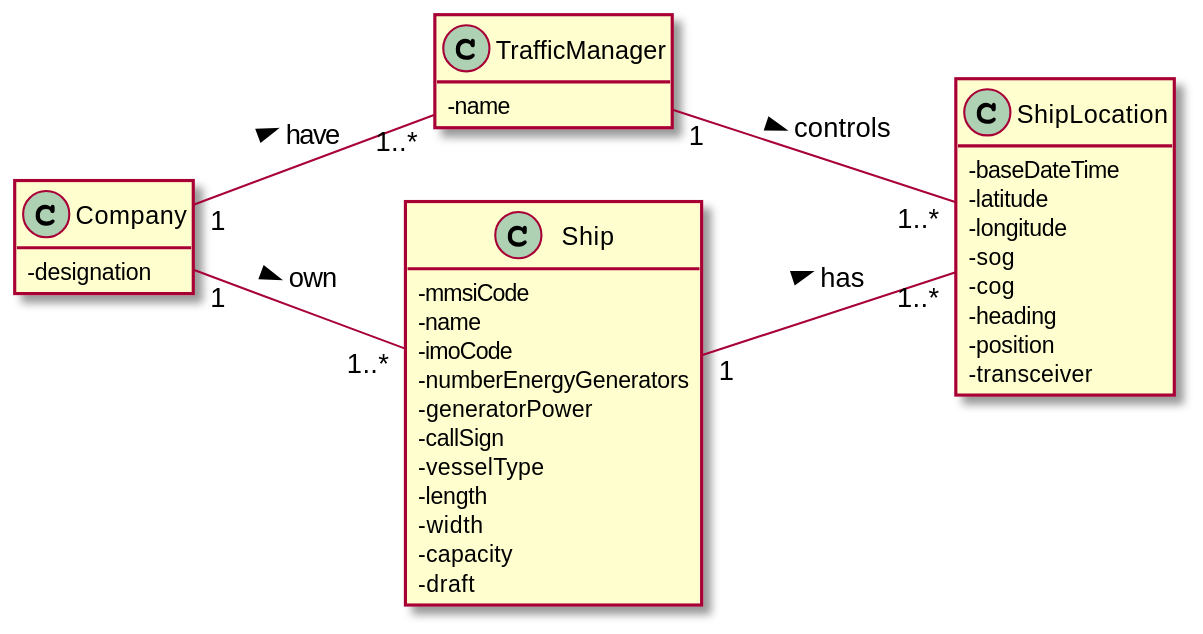
Before: docs/US107/US107_DM.svg, a diagram exported from PlantUML (0franciscor/lapr3-2021-g042). Source of this version:
```plantuml
@startuml

hide methods
left to right direction
skinparam classAttributeIconSize 0


class TrafficManager {
-name
}

class ShipLocation {
-baseDateTime
-latitude
-longitude
-sog
-cog
-heading
-position
-transceiver
}

class Ship {
-mmsiCode
-name
-imoCode
-numberEnergyGenerators
-generatorPower
-callSign
-vesselType
-length
-width
-capacity
-draft
}

class Company {
-designation
}

Company "1"--"1..*" Ship: own >
Company "1"--"1..*" TrafficManager: have >

Ship "1" -- "1..*" ShipLocation : has >

TrafficManager "1" -- "1..*" ShipLocation : controls >


@enduml
```
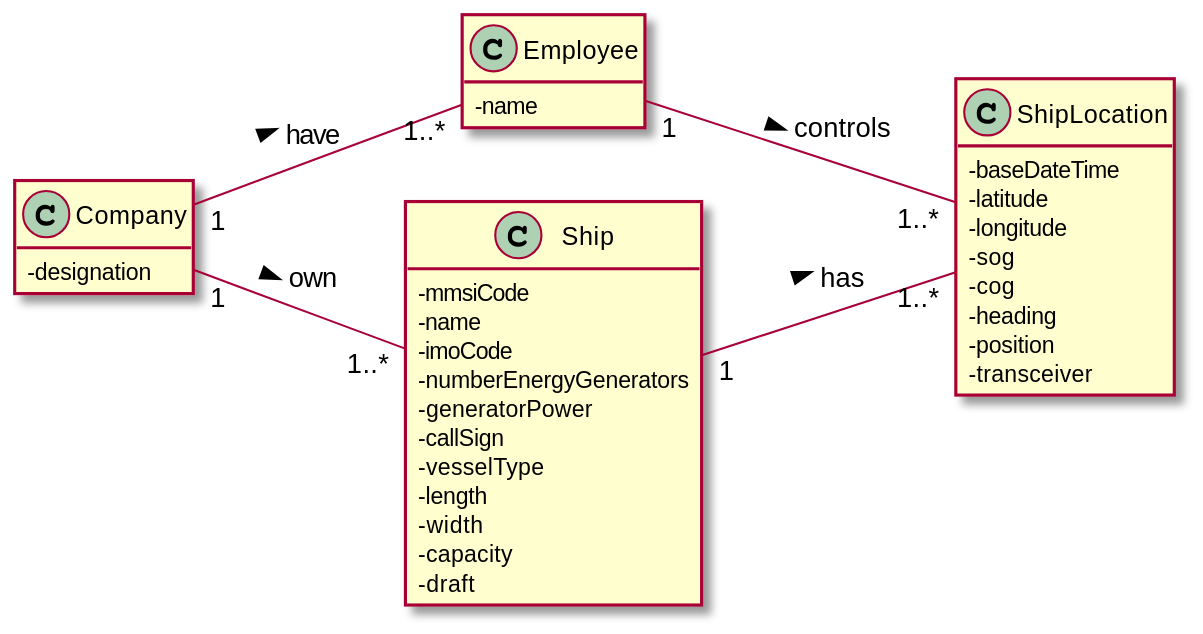
Later version of the same file.

Commit message:
G42-63 #time 20m #comment replacement of traffic manager class by employee

What changed in the source:
```diff
@@ -5,7 +5,7 @@
 skinparam classAttributeIconSize 0
 
 
-class TrafficManager {
+class Employee {
 -name
 }
 
@@ -39,11 +39,11 @@
 }
 
 Company "1"--"1..*" Ship: own >
-Company "1"--"1..*" TrafficManager: have >
+Company "1"--"1..*" Employee: have >
 
 Ship "1" -- "1..*" ShipLocation : has >
 
-TrafficManager "1" -- "1..*" ShipLocation : controls >
+Employee "1" -- "1..*" ShipLocation : controls >
 
 
 @enduml
```
